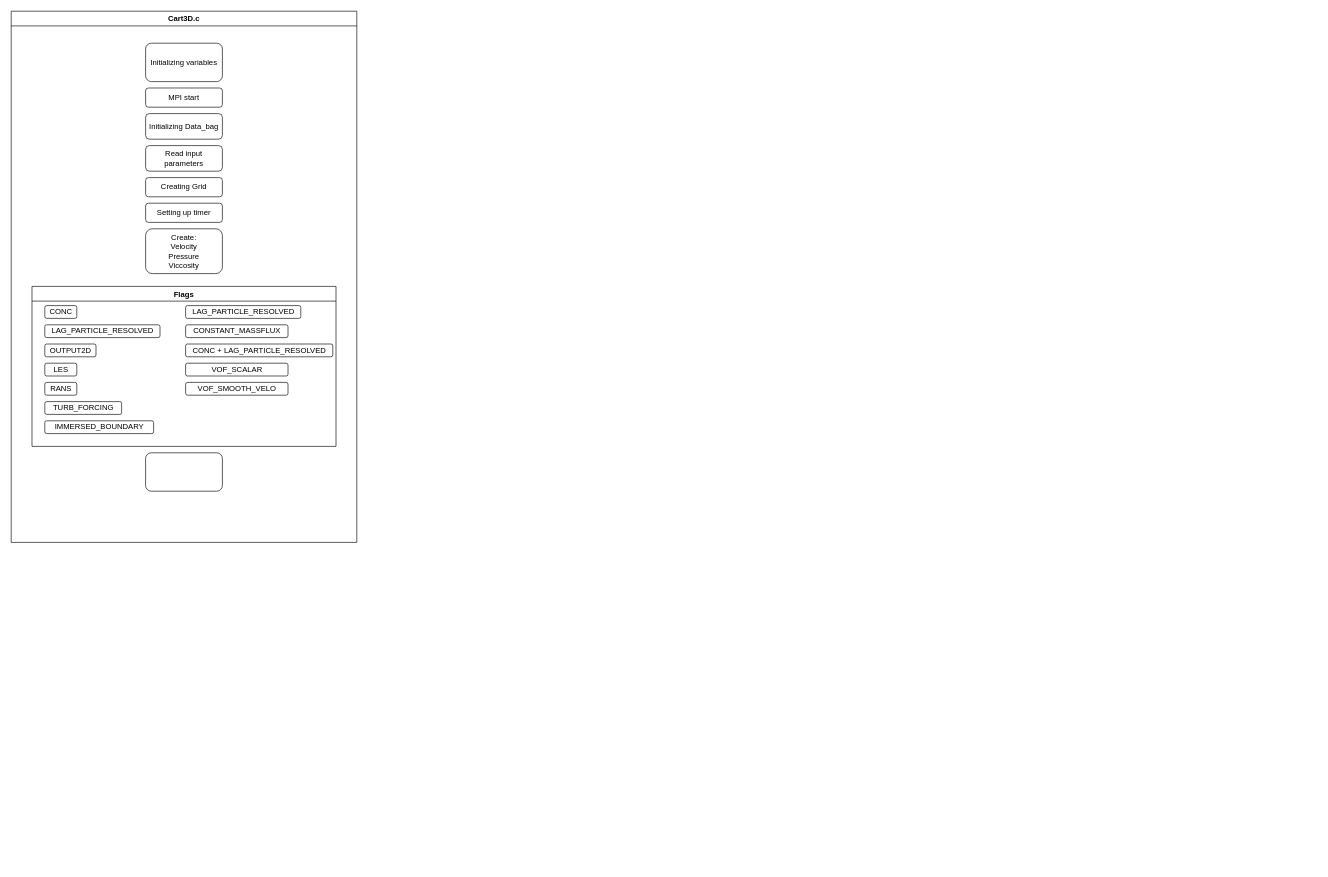
metialex/h5ToVTK keeps this draw.io diagram as Untitled Diagram.drawio. Above is the earlier version. Source tidied: cells renumbered, new cells numbered last; positions are measured from the earlier drawing's top-left corner, leaving out a move shared by most shapes. Both pictures are drawn from the tidied source at 64%, with x=0, y=0 at pixel (11, 11).
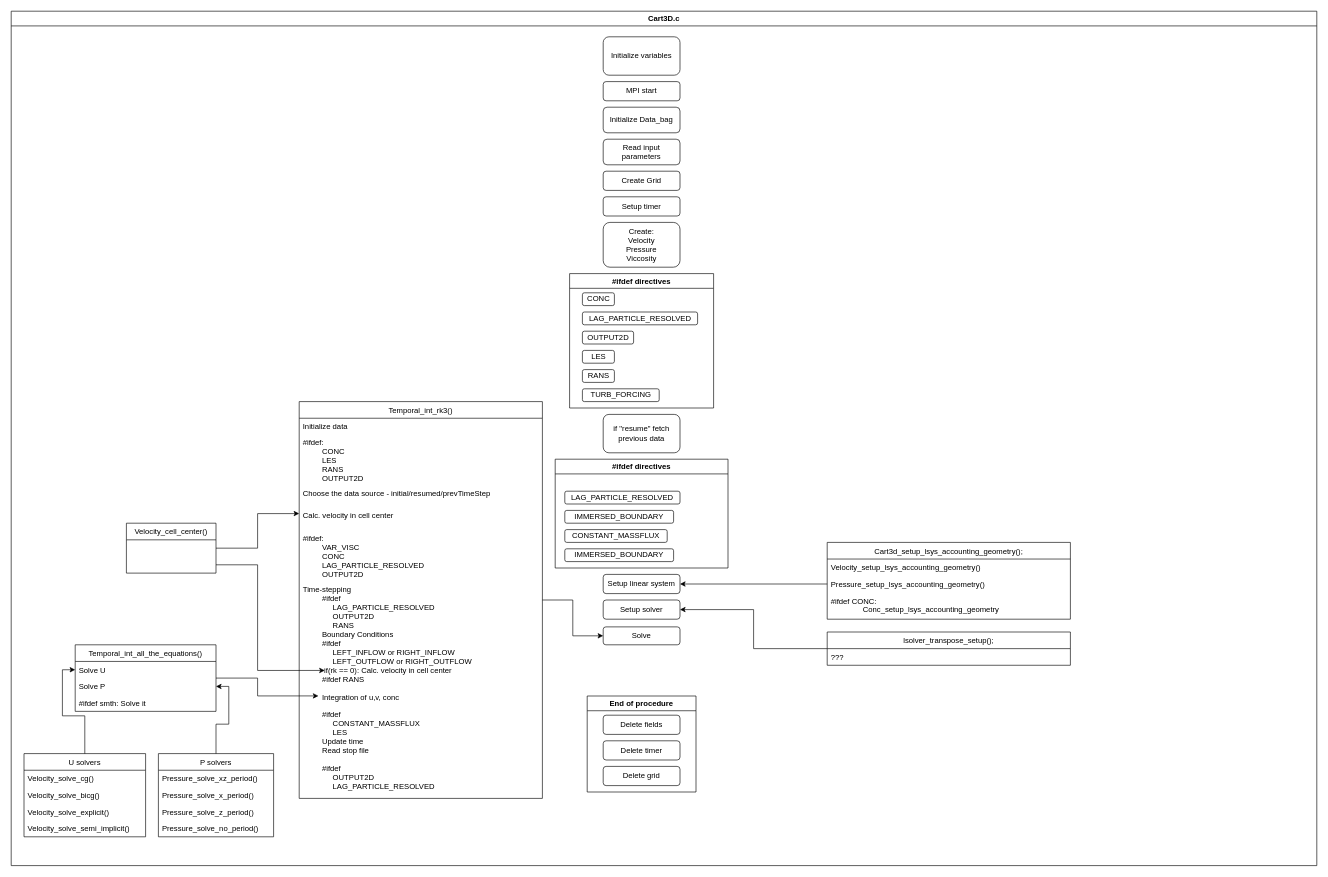
The same page after the edit.

Diff of the diagram source:
```diff
@@
     <mxCell id="2" value="Cart3D.c" style="swimlane;" parent="1" vertex="1">
-      <mxGeometry width="540" height="830" as="geometry" />
+      <mxGeometry width="2040" height="1335" as="geometry" />
     </mxCell>
-    <mxCell id="3" value="Initializing variables" style="rounded=1;whiteSpace=wrap;html=1;" parent="2" vertex="1">
-      <mxGeometry x="210" y="50" width="120" height="60" as="geometry" />
+    <mxCell id="3" value="Initialize variables" style="rounded=1;whiteSpace=wrap;html=1;" parent="2" vertex="1">
+      <mxGeometry x="925" y="40" width="120" height="60" as="geometry" />
     </mxCell>
     <mxCell id="4" value="MPI start" style="rounded=1;whiteSpace=wrap;html=1;" parent="2" vertex="1">
-      <mxGeometry x="210" y="120" width="120" height="30" as="geometry" />
+      <mxGeometry x="925" y="110" width="120" height="30" as="geometry" />
     </mxCell>
-    <mxCell id="5" value="&lt;div&gt;Initializing Data_bag&lt;/div&gt;" style="rounded=1;whiteSpace=wrap;html=1;" parent="2" vertex="1">
-      <mxGeometry x="210" y="160" width="120" height="40" as="geometry" />
+    <mxCell id="5" value="&lt;div&gt;Initialize Data_bag&lt;/div&gt;" style="rounded=1;whiteSpace=wrap;html=1;" parent="2" vertex="1">
+      <mxGeometry x="925" y="150" width="120" height="40" as="geometry" />
     </mxCell>
     <mxCell id="6" value="&lt;div&gt;Read input parameters&lt;/div&gt;" style="rounded=1;whiteSpace=wrap;html=1;" parent="2" vertex="1">
-      <mxGeometry x="210" y="210" width="120" height="40" as="geometry" />
+      <mxGeometry x="925" y="200" width="120" height="40" as="geometry" />
     </mxCell>
-    <mxCell id="7" value="&lt;div&gt;Creating Grid&lt;/div&gt;" style="rounded=1;whiteSpace=wrap;html=1;" parent="2" vertex="1">
-      <mxGeometry x="210" y="260" width="120" height="30" as="geometry" />
+    <mxCell id="7" value="&lt;div&gt;Create Grid&lt;/div&gt;" style="rounded=1;whiteSpace=wrap;html=1;" parent="2" vertex="1">
+      <mxGeometry x="925" y="250" width="120" height="30" as="geometry" />
     </mxCell>
-    <mxCell id="8" value="Setting up timer" style="rounded=1;whiteSpace=wrap;html=1;" parent="2" vertex="1">
-      <mxGeometry x="210" y="300" width="120" height="30" as="geometry" />
+    <mxCell id="8" value="&lt;div&gt;Setup timer&lt;/div&gt;" style="rounded=1;whiteSpace=wrap;html=1;" parent="2" vertex="1">
+      <mxGeometry x="925" y="290" width="120" height="30" as="geometry" />
     </mxCell>
     <mxCell id="9" value="&lt;div&gt;Create:&lt;/div&gt;&lt;div&gt;Velocity&lt;/div&gt;&lt;div&gt;Pressure&lt;/div&gt;&lt;div&gt;Viccosity&lt;br&gt;&lt;/div&gt;" style="rounded=1;whiteSpace=wrap;html=1;" parent="2" vertex="1">
-      <mxGeometry x="210" y="340" width="120" height="70" as="geometry" />
+      <mxGeometry x="925" y="330" width="120" height="70" as="geometry" />
     </mxCell>
-    <mxCell id="10" value="Flags" style="swimlane;" parent="2" vertex="1">
-      <mxGeometry x="32.5" y="430" width="475" height="250" as="geometry" />
+    <mxCell id="10" value="#ifdef directives" style="swimlane;" parent="2" vertex="1">
+      <mxGeometry x="872.5" y="410" width="225" height="210" as="geometry" />
     </mxCell>
@@
-    <mxCell id="17" value="IMMERSED_BOUNDARY" style="rounded=1;whiteSpace=wrap;html=1;" parent="10" vertex="1">
-      <mxGeometry x="20" y="210" width="170" height="20" as="geometry" />
-    </mxCell>
+    <mxCell id="24" value="Velocity_cell_center()" style="swimlane;fontStyle=0;horizontal=1;startSize=26;fillColor=none;" parent="2" vertex="1">
+      <mxGeometry x="180" y="800" width="140" height="78" as="geometry" />
+    </mxCell>
+    <mxCell id="25" value=" " style="text;strokeColor=none;fillColor=none;align=left;verticalAlign=top;spacingLeft=4;spacingRight=4;overflow=hidden;points=[[0,0.5],[1,0.5]];portConstraint=eastwest;" parent="24" vertex="1">
+      <mxGeometry y="26" width="140" height="26" as="geometry" />
+    </mxCell>
+    <mxCell id="26" value=" " style="text;strokeColor=none;fillColor=none;align=left;verticalAlign=top;spacingLeft=4;spacingRight=4;overflow=hidden;points=[[0,0.5],[1,0.5]];portConstraint=eastwest;" parent="24" vertex="1">
+      <mxGeometry y="52" width="140" height="26" as="geometry" />
+    </mxCell>
+    <mxCell id="27" value="Temporal_int_rk3()" style="swimlane;fontStyle=0;horizontal=1;startSize=26;fillColor=none;" parent="2" vertex="1">
+      <mxGeometry x="450" y="610" width="380" height="620" as="geometry" />
+    </mxCell>
+    <mxCell id="28" value="Initialize data" style="text;strokeColor=none;fillColor=none;align=left;verticalAlign=top;spacingLeft=4;spacingRight=4;overflow=hidden;" parent="27" vertex="1">
+      <mxGeometry y="26" width="380" height="24" as="geometry" />
+    </mxCell>
+    <mxCell id="29" value="#ifdef:&#10;         CONC&#10;         LES&#10;         RANS&#10;         OUTPUT2D&#10;&#10;" style="text;strokeColor=none;fillColor=none;align=left;verticalAlign=top;spacingLeft=4;spacingRight=4;overflow=hidden;" parent="27" vertex="1">
+      <mxGeometry y="50" width="380" height="80" as="geometry" />
+    </mxCell>
+    <mxCell id="30" value="Choose the data source - initial/resumed/prevTimeStep" style="text;strokeColor=none;fillColor=none;align=left;verticalAlign=top;spacingLeft=4;spacingRight=4;overflow=hidden;" parent="27" vertex="1">
+      <mxGeometry y="130" width="380" height="20" as="geometry" />
+    </mxCell>
+    <mxCell id="31" value="&#10;Calc. velocity in cell center" style="text;strokeColor=none;fillColor=none;align=left;verticalAlign=top;spacingLeft=4;spacingRight=4;overflow=hidden;points=[[0,0.5],[1,0.5]];portConstraint=eastwest;" parent="27" vertex="1">
+      <mxGeometry y="150" width="380" height="50" as="geometry" />
+    </mxCell>
+    <mxCell id="32" value="#ifdef:&#10;         VAR_VISC&#10;         CONC&#10;         LAG_PARTICLE_RESOLVED&#10;         OUTPUT2D&#10;" style="text;strokeColor=none;fillColor=none;align=left;verticalAlign=top;spacingLeft=4;spacingRight=4;overflow=hidden;" parent="27" vertex="1">
+      <mxGeometry y="200" width="380" height="80" as="geometry" />
+    </mxCell>
+    <mxCell id="33" value="Time-stepping&#10;         #ifdef&#10;              LAG_PARTICLE_RESOLVED&#10;              OUTPUT2D&#10;              RANS&#10;         Boundary Conditions&#10;         #ifdef&#10;              LEFT_INFLOW or RIGHT_INFLOW&#10;              LEFT_OUTFLOW or RIGHT_OUTFLOW&#10;          if(rk == 0): Calc. velocity in cell center&#10;         #ifdef RANS&#10;      &#10;         Integration of u,v, conc&#10;&#10;         #ifdef&#10;              CONSTANT_MASSFLUX&#10;              LES&#10;         Update time&#10;         Read stop file&#10;&#10;         #ifdef&#10;              OUTPUT2D&#10;              LAG_PARTICLE_RESOLVED&#10;&#10;         &#10;&#10;&#10;" style="text;strokeColor=none;fillColor=none;align=left;verticalAlign=top;spacingLeft=4;spacingRight=4;overflow=hidden;points=[[0,0.5],[1,0.5]];portConstraint=eastwest;" parent="27" vertex="1">
+      <mxGeometry y="280" width="380" height="340" as="geometry" />
+    </mxCell>
+    <mxCell id="34" value="Temporal_int_all_the_equations()" style="swimlane;fontStyle=0;horizontal=1;startSize=26;fillColor=none;" parent="2" vertex="1">
+      <mxGeometry x="100" y="990" width="220" height="104" as="geometry" />
+    </mxCell>
+    <mxCell id="35" value="Solve U" style="text;strokeColor=none;fillColor=none;align=left;verticalAlign=top;spacingLeft=4;spacingRight=4;overflow=hidden;points=[[0,0.5],[1,0.5]];portConstraint=eastwest;" parent="34" vertex="1">
+      <mxGeometry y="26" width="220" height="26" as="geometry" />
+    </mxCell>
+    <mxCell id="36" value="Solve P" style="text;strokeColor=none;fillColor=none;align=left;verticalAlign=top;spacingLeft=4;spacingRight=4;overflow=hidden;points=[[0,0.5],[1,0.5]];portConstraint=eastwest;" parent="34" vertex="1">
+      <mxGeometry y="52" width="220" height="26" as="geometry" />
+    </mxCell>
+    <mxCell id="37" value="#ifdef smth: Solve it" style="text;strokeColor=none;fillColor=none;align=left;verticalAlign=top;spacingLeft=4;spacingRight=4;overflow=hidden;" parent="34" vertex="1">
+      <mxGeometry y="78" width="220" height="26" as="geometry" />
+    </mxCell>
+    <mxCell id="38" value="lsolver_transpose_setup();" style="swimlane;fontStyle=0;horizontal=1;startSize=26;fillColor=none;" parent="2" vertex="1">
+      <mxGeometry x="1275" y="970" width="380" height="52" as="geometry" />
+    </mxCell>
+    <mxCell id="39" value="???" style="text;strokeColor=none;fillColor=none;align=left;verticalAlign=top;spacingLeft=4;spacingRight=4;overflow=hidden;" parent="38" vertex="1">
+      <mxGeometry y="26" width="380" height="26" as="geometry" />
+    </mxCell>
+    <mxCell id="40" value="Cart3d_setup_lsys_accounting_geometry();" style="swimlane;fontStyle=0;horizontal=1;startSize=26;fillColor=none;" parent="2" vertex="1">
+      <mxGeometry x="1275" y="830" width="380" height="120" as="geometry" />
+    </mxCell>
+    <mxCell id="41" value="Velocity_setup_lsys_accounting_geometry()&#10;" style="text;strokeColor=none;fillColor=none;align=left;verticalAlign=top;spacingLeft=4;spacingRight=4;overflow=hidden;" parent="40" vertex="1">
+      <mxGeometry y="26" width="380" height="26" as="geometry" />
+    </mxCell>
+    <mxCell id="42" value="Pressure_setup_lsys_accounting_geometry()" style="text;strokeColor=none;fillColor=none;align=left;verticalAlign=top;spacingLeft=4;spacingRight=4;overflow=hidden;points=[[0,0.5],[1,0.5]];portConstraint=eastwest;" parent="40" vertex="1">
+      <mxGeometry y="52" width="380" height="26" as="geometry" />
+    </mxCell>
+    <mxCell id="43" value="#ifdef CONC:&#10;               Conc_setup_lsys_accounting_geometry" style="text;strokeColor=none;fillColor=none;align=left;verticalAlign=top;spacingLeft=4;spacingRight=4;overflow=hidden;" parent="40" vertex="1">
+      <mxGeometry y="78" width="380" height="42" as="geometry" />
+    </mxCell>
+    <mxCell id="23" value="if &quot;resume&quot; fetch previous data" style="rounded=1;whiteSpace=wrap;html=1;" parent="2" vertex="1">
+      <mxGeometry x="925" y="630" width="120" height="60" as="geometry" />
+    </mxCell>
+    <mxCell id="44" value="#ifdef directives" style="swimlane;" parent="2" vertex="1">
+      <mxGeometry x="850" y="700" width="270" height="170" as="geometry" />
+    </mxCell>
+    <mxCell id="45" value="IMMERSED_BOUNDARY" style="rounded=1;whiteSpace=wrap;html=1;" parent="44" vertex="1">
+      <mxGeometry x="15" y="80" width="170" height="20" as="geometry" />
+    </mxCell>
-    <mxCell id="18" value="LAG_PARTICLE_RESOLVED" style="rounded=1;whiteSpace=wrap;html=1;" parent="10" vertex="1">
-      <mxGeometry x="240" y="30" width="180" height="20" as="geometry" />
+    <mxCell id="18" value="LAG_PARTICLE_RESOLVED" style="rounded=1;whiteSpace=wrap;html=1;" parent="44" vertex="1">
+      <mxGeometry x="15" y="50" width="180" height="20" as="geometry" />
     </mxCell>
-    <mxCell id="19" value="CONSTANT_MASSFLUX" style="rounded=1;whiteSpace=wrap;html=1;" parent="10" vertex="1">
-      <mxGeometry x="240" y="60" width="160" height="20" as="geometry" />
+    <mxCell id="19" value="CONSTANT_MASSFLUX" style="rounded=1;whiteSpace=wrap;html=1;" parent="44" vertex="1">
+      <mxGeometry x="15" y="110" width="160" height="20" as="geometry" />
     </mxCell>
-    <mxCell id="20" value="CONC + LAG_PARTICLE_RESOLVED" style="rounded=1;whiteSpace=wrap;html=1;" parent="10" vertex="1">
-      <mxGeometry x="240" y="90" width="230" height="20" as="geometry" />
-    </mxCell>
-    <mxCell id="21" value="VOF_SCALAR" style="rounded=1;whiteSpace=wrap;html=1;" parent="10" vertex="1">
-      <mxGeometry x="240" y="120" width="160" height="20" as="geometry" />
-    </mxCell>
-    <mxCell id="22" value="VOF_SMOOTH_VELO" style="rounded=1;whiteSpace=wrap;html=1;" parent="10" vertex="1">
-      <mxGeometry x="240" y="150" width="160" height="20" as="geometry" />
-    </mxCell>
-    <mxCell id="23" style="rounded=1;whiteSpace=wrap;html=1;" parent="2" vertex="1">
-      <mxGeometry x="210" y="690" width="120" height="60" as="geometry" />
-    </mxCell>
+    <mxCell id="46" value="IMMERSED_BOUNDARY" style="rounded=1;whiteSpace=wrap;html=1;" parent="44" vertex="1">
+      <mxGeometry x="15" y="140" width="170" height="20" as="geometry" />
+    </mxCell>
+    <mxCell id="47" style="edgeStyle=orthogonalEdgeStyle;rounded=0;jettySize=auto;html=1;entryX=0;entryY=0.5;entryDx=0;entryDy=0;" parent="2" edge="1" source="27" target="57">
+      <mxGeometry relative="1" as="geometry" />
+    </mxCell>
+    <mxCell id="48" value="Setup linear system" style="rounded=1;whiteSpace=wrap;html=1;" parent="2" vertex="1">
+      <mxGeometry x="925" y="880" width="120" height="30" as="geometry" />
+    </mxCell>
+    <mxCell id="49" value="Setup solver" style="rounded=1;whiteSpace=wrap;html=1;" parent="2" vertex="1">
+      <mxGeometry x="925" y="920" width="120" height="30" as="geometry" />
+    </mxCell>
+    <mxCell id="50" style="edgeStyle=orthogonalEdgeStyle;rounded=0;jettySize=auto;html=1;entryX=1;entryY=0.5;entryDx=0;entryDy=0;" parent="2" edge="1" source="38" target="49">
+      <mxGeometry relative="1" as="geometry" />
+    </mxCell>
+    <mxCell id="51" style="edgeStyle=orthogonalEdgeStyle;rounded=0;jettySize=auto;html=1;entryX=0.079;entryY=0.529;entryDx=0;entryDy=0;entryPerimeter=0;" parent="2" edge="1" source="34" target="33">
+      <mxGeometry relative="1" as="geometry" />
+    </mxCell>
+    <mxCell id="52" value="End of procedure" style="swimlane;" parent="2" vertex="1">
+      <mxGeometry x="900" y="1070" width="170" height="150" as="geometry" />
+    </mxCell>
+    <mxCell id="53" value="Delete fields" style="rounded=1;whiteSpace=wrap;html=1;" parent="52" vertex="1">
+      <mxGeometry x="25" y="30" width="120" height="30" as="geometry" />
+    </mxCell>
+    <mxCell id="54" value="Delete timer" style="rounded=1;whiteSpace=wrap;html=1;" parent="52" vertex="1">
+      <mxGeometry x="25" y="70" width="120" height="30" as="geometry" />
+    </mxCell>
+    <mxCell id="55" value="Delete grid" style="rounded=1;whiteSpace=wrap;html=1;" parent="52" vertex="1">
+      <mxGeometry x="25" y="110" width="120" height="30" as="geometry" />
+    </mxCell>
+    <mxCell id="56" style="edgeStyle=orthogonalEdgeStyle;rounded=0;jettySize=auto;html=1;entryX=1;entryY=0.5;entryDx=0;entryDy=0;" parent="2" edge="1" source="42" target="48">
+      <mxGeometry relative="1" as="geometry" />
+    </mxCell>
+    <mxCell id="57" value="Solve" style="rounded=1;whiteSpace=wrap;html=1;" parent="2" vertex="1">
+      <mxGeometry x="925" y="962" width="120" height="28" as="geometry" />
+    </mxCell>
+    <mxCell id="58" style="edgeStyle=orthogonalEdgeStyle;rounded=0;jettySize=auto;html=1;" parent="2" edge="1" source="25" target="31">
+      <mxGeometry relative="1" as="geometry" />
+    </mxCell>
+    <mxCell id="59" style="edgeStyle=orthogonalEdgeStyle;rounded=0;jettySize=auto;html=1;entryX=0.105;entryY=0.412;entryDx=0;entryDy=0;entryPerimeter=0;" parent="2" edge="1" source="26" target="33">
+      <mxGeometry relative="1" as="geometry" />
+    </mxCell>
+    <mxCell id="60" style="edgeStyle=orthogonalEdgeStyle;rounded=0;jettySize=auto;html=1;entryX=1;entryY=0.5;entryDx=0;entryDy=0;" parent="2" edge="1" source="61" target="36">
+      <mxGeometry relative="1" as="geometry" />
+    </mxCell>
+    <mxCell id="61" value="P solvers" style="swimlane;fontStyle=0;horizontal=1;startSize=26;fillColor=none;" parent="2" vertex="1">
+      <mxGeometry x="230" y="1160" width="180" height="130" as="geometry" />
+    </mxCell>
+    <mxCell id="62" value="Pressure_solve_xz_period()" style="text;strokeColor=none;fillColor=none;align=left;verticalAlign=top;spacingLeft=4;spacingRight=4;overflow=hidden;" parent="61" vertex="1">
+      <mxGeometry y="26" width="180" height="26" as="geometry" />
+    </mxCell>
+    <mxCell id="63" value="Pressure_solve_x_period()" style="text;strokeColor=none;fillColor=none;align=left;verticalAlign=top;spacingLeft=4;spacingRight=4;overflow=hidden;" parent="61" vertex="1">
+      <mxGeometry y="52" width="180" height="26" as="geometry" />
+    </mxCell>
+    <mxCell id="64" value="Pressure_solve_z_period()" style="text;strokeColor=none;fillColor=none;align=left;verticalAlign=top;spacingLeft=4;spacingRight=4;overflow=hidden;" parent="61" vertex="1">
+      <mxGeometry y="78" width="180" height="26" as="geometry" />
+    </mxCell>
+    <mxCell id="65" value="Pressure_solve_no_period()" style="text;strokeColor=none;fillColor=none;align=left;verticalAlign=top;spacingLeft=4;spacingRight=4;overflow=hidden;" parent="61" vertex="1">
+      <mxGeometry y="104" width="180" height="26" as="geometry" />
+    </mxCell>
+    <mxCell id="66" style="edgeStyle=orthogonalEdgeStyle;rounded=0;jettySize=auto;html=1;" parent="2" edge="1" source="67" target="35">
+      <mxGeometry relative="1" as="geometry" />
+    </mxCell>
+    <mxCell id="67" value="U solvers" style="swimlane;fontStyle=0;horizontal=1;startSize=26;fillColor=none;" parent="2" vertex="1">
+      <mxGeometry x="20" y="1160" width="190" height="130" as="geometry" />
+    </mxCell>
+    <mxCell id="68" value="Velocity_solve_cg()" style="text;strokeColor=none;fillColor=none;align=left;verticalAlign=top;spacingLeft=4;spacingRight=4;overflow=hidden;" parent="67" vertex="1">
+      <mxGeometry y="26" width="190" height="26" as="geometry" />
+    </mxCell>
+    <mxCell id="69" value="Velocity_solve_bicg()" style="text;strokeColor=none;fillColor=none;align=left;verticalAlign=top;spacingLeft=4;spacingRight=4;overflow=hidden;" parent="67" vertex="1">
+      <mxGeometry y="52" width="190" height="26" as="geometry" />
+    </mxCell>
+    <mxCell id="70" value="Velocity_solve_explicit()" style="text;strokeColor=none;fillColor=none;align=left;verticalAlign=top;spacingLeft=4;spacingRight=4;overflow=hidden;" parent="67" vertex="1">
+      <mxGeometry y="78" width="190" height="26" as="geometry" />
+    </mxCell>
+    <mxCell id="71" value="Velocity_solve_semi_implicit()" style="text;strokeColor=none;fillColor=none;align=left;verticalAlign=top;spacingLeft=4;spacingRight=4;overflow=hidden;" parent="67" vertex="1">
+      <mxGeometry y="104" width="190" height="26" as="geometry" />
+    </mxCell>
```
